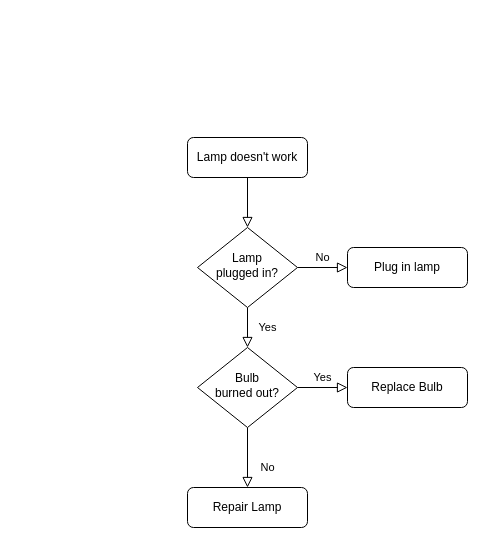
Earlier version of the draw.io diagram Untitled Diagram.drawio (The-CAUest/wraplify). Source tidied: cells renumbered, new cells numbered last; positions are measured from the earlier drawing's top-left corner, leaving out a move shared by most shapes. Both pictures are drawn from the tidied source at 100%, with x=0, y=0 at pixel (187, 137).
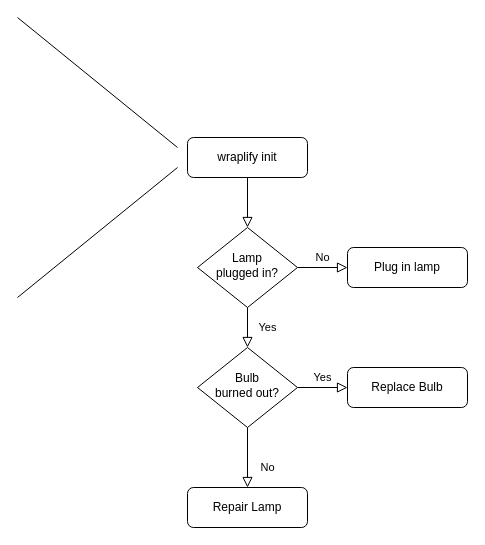
Above is the later version.

The edit, as a diff of the source:
```diff
@@
 <mxGraphModel>
   <root>
     <mxCell id="0" />
     <mxCell id="1" parent="0" />
     <mxCell id="2" style="rounded=0;html=1;jettySize=auto;fontSize=11;endArrow=block;endFill=0;endSize=8;strokeWidth=1;shadow=0;labelBackgroundColor=none;edgeStyle=orthogonalEdgeStyle;" parent="1" edge="1" source="3" target="6">
       <mxGeometry relative="1" as="geometry" />
     </mxCell>
-    <mxCell id="3" value="Lamp doesn't work" style="rounded=1;whiteSpace=wrap;html=1;fontSize=12;glass=0;strokeWidth=1;shadow=0;" parent="1" vertex="1">
+    <mxCell id="3" value="wraplify init" style="rounded=1;whiteSpace=wrap;html=1;fontSize=12;glass=0;strokeWidth=1;shadow=0;" parent="1" vertex="1">
       <mxGeometry width="120" height="40" as="geometry" />
     </mxCell>
     <mxCell id="4" value="Yes" style="rounded=0;html=1;jettySize=auto;fontSize=11;endArrow=block;endFill=0;endSize=8;strokeWidth=1;shadow=0;labelBackgroundColor=none;edgeStyle=orthogonalEdgeStyle;" parent="1" edge="1" source="6" target="10">
       <mxGeometry y="20" relative="1" as="geometry" />
     </mxCell>
     <mxCell id="5" value="No" style="edgeStyle=orthogonalEdgeStyle;rounded=0;html=1;jettySize=auto;fontSize=11;endArrow=block;endFill=0;endSize=8;strokeWidth=1;shadow=0;labelBackgroundColor=none;" parent="1" edge="1" source="6" target="7">
       <mxGeometry y="10" relative="1" as="geometry" />
     </mxCell>
     <mxCell id="6" value="Lamp&lt;br&gt;plugged in?" style="rhombus;whiteSpace=wrap;html=1;shadow=0;fontFamily=Helvetica;fontSize=12;align=center;strokeWidth=1;spacing=6;spacingTop=-4;" parent="1" vertex="1">
       <mxGeometry x="10" y="90" width="100" height="80" as="geometry" />
     </mxCell>
     <mxCell id="7" value="Plug in lamp" style="rounded=1;whiteSpace=wrap;html=1;fontSize=12;glass=0;strokeWidth=1;shadow=0;" parent="1" vertex="1">
       <mxGeometry x="160" y="110" width="120" height="40" as="geometry" />
     </mxCell>
     <mxCell id="8" value="No" style="rounded=0;html=1;jettySize=auto;fontSize=11;endArrow=block;endFill=0;endSize=8;strokeWidth=1;shadow=0;labelBackgroundColor=none;edgeStyle=orthogonalEdgeStyle;" parent="1" edge="1" source="10" target="11">
       <mxGeometry x="0.33" y="20" relative="1" as="geometry" />
     </mxCell>
     <mxCell id="9" value="Yes" style="edgeStyle=orthogonalEdgeStyle;rounded=0;html=1;jettySize=auto;fontSize=11;endArrow=block;endFill=0;endSize=8;strokeWidth=1;shadow=0;labelBackgroundColor=none;" parent="1" edge="1" source="10" target="12">
       <mxGeometry y="10" relative="1" as="geometry" />
     </mxCell>
     <mxCell id="10" value="Bulb&lt;br&gt;burned out?" style="rhombus;whiteSpace=wrap;html=1;shadow=0;fontFamily=Helvetica;fontSize=12;align=center;strokeWidth=1;spacing=6;spacingTop=-4;" parent="1" vertex="1">
       <mxGeometry x="10" y="210" width="100" height="80" as="geometry" />
     </mxCell>
     <mxCell id="11" value="Repair Lamp" style="rounded=1;whiteSpace=wrap;html=1;fontSize=12;glass=0;strokeWidth=1;shadow=0;" parent="1" vertex="1">
       <mxGeometry y="350" width="120" height="40" as="geometry" />
     </mxCell>
     <mxCell id="12" value="Replace Bulb" style="rounded=1;whiteSpace=wrap;html=1;fontSize=12;glass=0;strokeWidth=1;shadow=0;" parent="1" vertex="1">
       <mxGeometry x="160" y="230" width="120" height="40" as="geometry" />
     </mxCell>
+    <mxCell id="13" style="endArrow=none;html=1;rounded=0;" parent="1" edge="1">
+      <mxGeometry relative="1" as="geometry">
+        <mxPoint x="-170" y="-120" as="sourcePoint" />
+        <mxPoint x="-10" y="10" as="targetPoint" />
+      </mxGeometry>
+    </mxCell>
+    <mxCell id="14" style="endArrow=none;html=1;rounded=0;" parent="1" edge="1">
+      <mxGeometry relative="1" as="geometry">
+        <mxPoint x="-170" y="160" as="sourcePoint" />
+        <mxPoint x="-10" y="30" as="targetPoint" />
+      </mxGeometry>
+    </mxCell>
   </root>
 </mxGraphModel>
```
